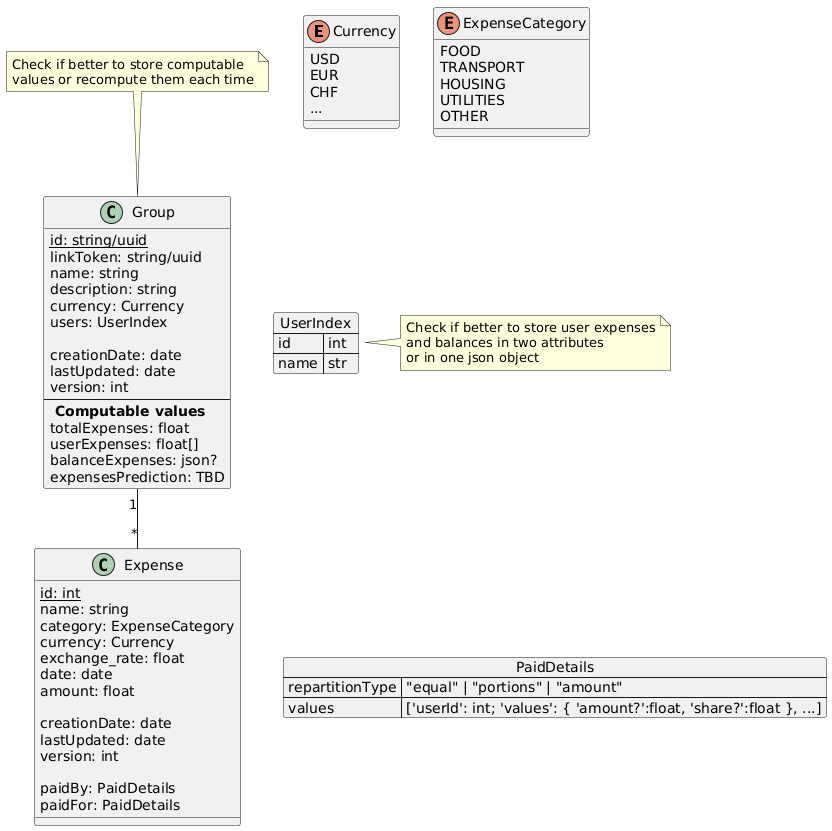
Above: database/databaseumlER.png in BuddyCount/BuddyCount (PlantUML), before the change.
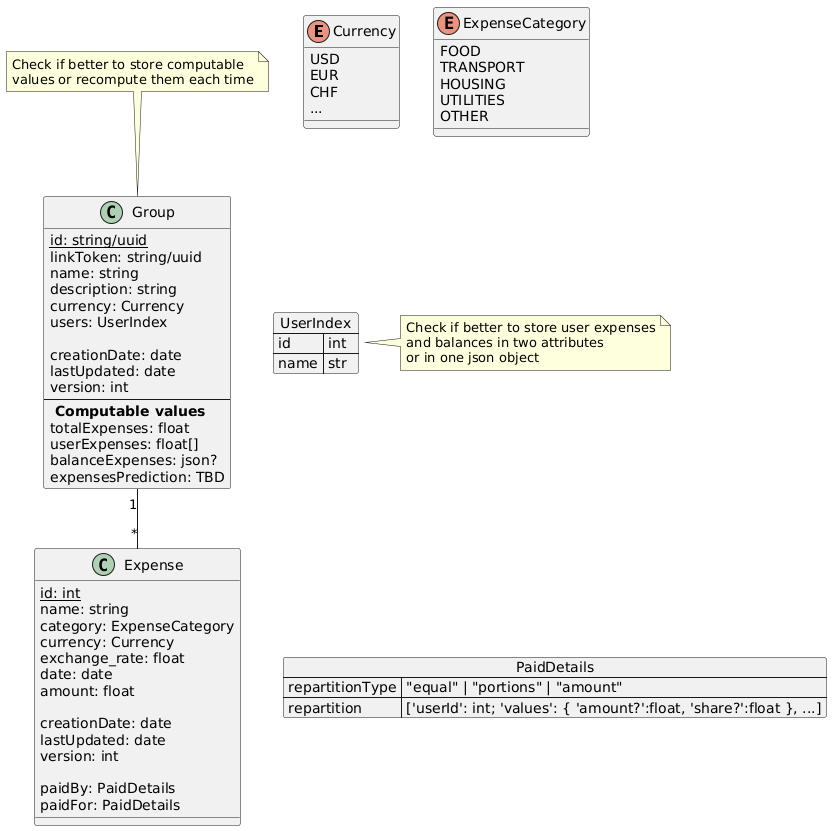
After the change.

Commit message:
Refactor values to repartition in PaidDetails

What changed in the source:
```diff
@@ -60,7 +60,7 @@
 
 json "PaidDetails" {
   "repartitionType": "\"equal\" | \"portions\" | \"amount\"",
-  "values": "['userId': int; 'values': { 'amount?':float, 'share?':float }, ...]"
+  "repartition": "['userId': int; 'values': { 'amount?':float, 'share?':float }, ...]"
 }
 
 "PaidDetails" -l[hidden]- Expense
```
